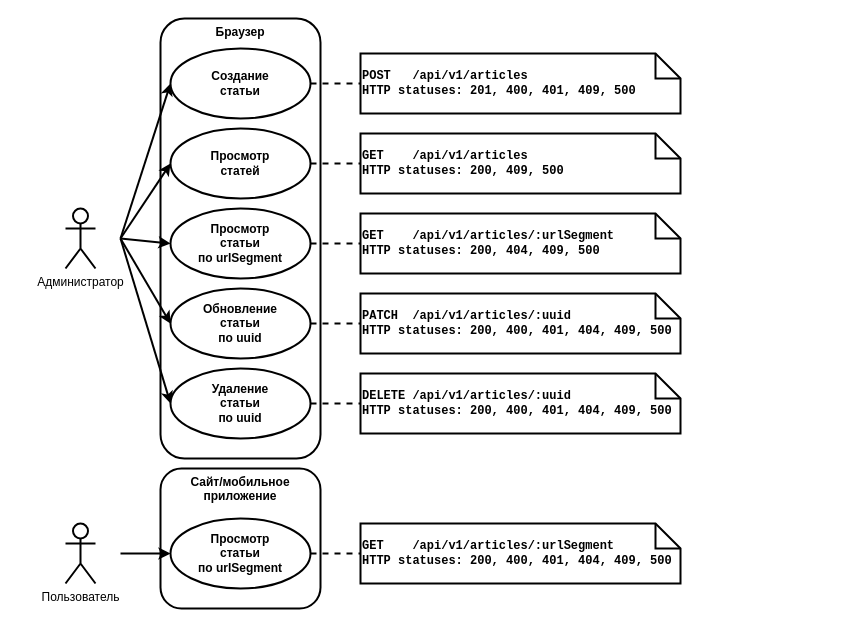
Before: sources/images/UML/UML_precedent_articles.drawio in Pavel-Innokentevich-Galanin/dp_report, a draw.io diagram. Source tidied: cells renumbered, new cells numbered last; positions are measured from the earlier drawing's top-left corner, leaving out a move shared by most shapes. Both pictures are drawn from the tidied source at 100%, with x=0, y=0 at pixel (40, 18).
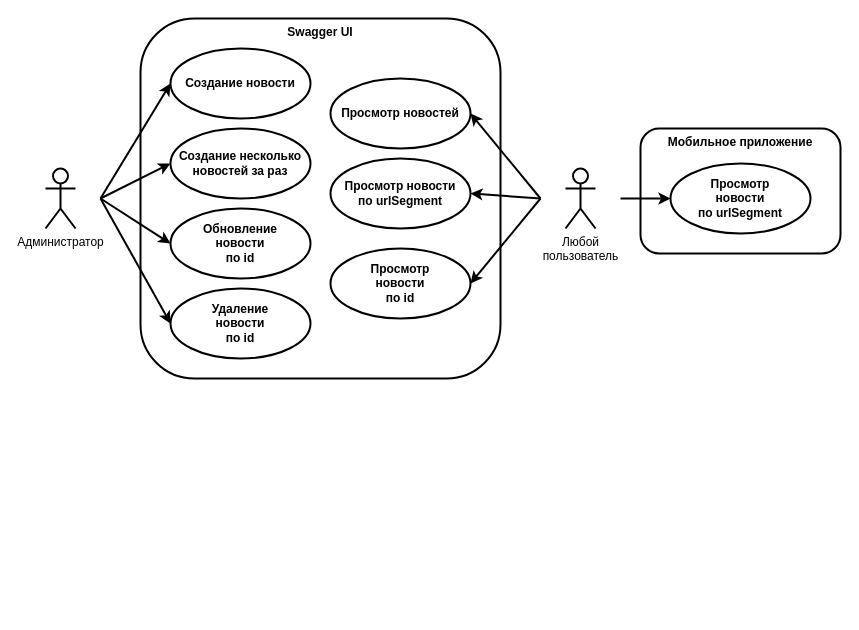
The same page after the edit.

Diff of the diagram source:
```diff
@@
     <mxCell id="2" value="&amp;nbsp;" style="html=1;whiteSpace=wrap;fillColor=none;strokeColor=none;" parent="1" vertex="1">
-      <mxGeometry y="160" width="80" height="120" as="geometry" />
+      <mxGeometry x="-20" y="120" width="80" height="120" as="geometry" />
     </mxCell>
-    <mxCell id="3" value="Браузер" style="html=1;whiteSpace=wrap;rounded=1;strokeWidth=2;fontStyle=1;verticalAlign=top;" parent="1" vertex="1">
-      <mxGeometry x="120" width="160" height="440" as="geometry" />
+    <mxCell id="3" value="Swagger UI" style="html=1;whiteSpace=wrap;rounded=1;strokeWidth=2;fontStyle=1;verticalAlign=top;" parent="1" vertex="1">
+      <mxGeometry x="100" width="360" height="360" as="geometry" />
     </mxCell>
     <mxCell id="4" value="Администратор" style="shape=umlActor;verticalLabelPosition=bottom;verticalAlign=top;html=1;fontStyle=0;strokeWidth=2;" parent="1" vertex="1">
-      <mxGeometry x="25" y="190" width="30" height="60" as="geometry" />
+      <mxGeometry x="5" y="150" width="30" height="60" as="geometry" />
     </mxCell>
-    <mxCell id="5" value="Сайт/мобильное приложение" style="html=1;whiteSpace=wrap;rounded=1;strokeWidth=2;fontStyle=1;verticalAlign=top;" parent="1" vertex="1">
-      <mxGeometry x="120" y="450" width="160" height="140" as="geometry" />
+    <mxCell id="5" value="Мобильное приложение" style="html=1;whiteSpace=wrap;rounded=1;strokeWidth=2;fontStyle=1;verticalAlign=top;" parent="1" vertex="1">
+      <mxGeometry x="600" y="110" width="200" height="125" as="geometry" />
     </mxCell>
-    <mxCell id="6" style="rounded=0;jettySize=auto;html=1;exitX=1;exitY=0.5;exitDx=0;exitDy=0;entryX=0;entryY=0.5;entryDx=0;entryDy=0;entryPerimeter=0;dashed=1;endArrow=none;endFill=0;strokeWidth=2;" parent="1" edge="1" source="7" target="26">
-      <mxGeometry relative="1" as="geometry" />
-    </mxCell>
-    <mxCell id="7" value="Создание&lt;br&gt;статьи" style="ellipse;whiteSpace=wrap;html=1;strokeWidth=2;fontStyle=1;" parent="1" vertex="1">
+    <mxCell id="7" value="Создание новости" style="ellipse;whiteSpace=wrap;html=1;strokeWidth=2;fontStyle=1;" parent="1" vertex="1">
       <mxGeometry x="130" y="30" width="140" height="70" as="geometry" />
     </mxCell>
-    <mxCell id="8" style="rounded=0;jettySize=auto;html=1;exitX=1;exitY=0.5;exitDx=0;exitDy=0;entryX=0;entryY=0.5;entryDx=0;entryDy=0;entryPerimeter=0;dashed=1;endArrow=none;endFill=0;strokeWidth=2;" parent="1" edge="1" source="9" target="27">
-      <mxGeometry relative="1" as="geometry" />
-    </mxCell>
-    <mxCell id="9" value="Просмотр&lt;br&gt;статей" style="ellipse;whiteSpace=wrap;html=1;strokeWidth=2;fontStyle=1;" parent="1" vertex="1">
-      <mxGeometry x="130" y="110" width="140" height="70" as="geometry" />
+    <mxCell id="9" value="Просмотр новостей" style="ellipse;whiteSpace=wrap;html=1;strokeWidth=2;fontStyle=1;" parent="1" vertex="1">
+      <mxGeometry x="290" y="60" width="140" height="70" as="geometry" />
     </mxCell>
-    <mxCell id="10" style="rounded=0;jettySize=auto;html=1;exitX=1;exitY=0.5;exitDx=0;exitDy=0;dashed=1;endArrow=none;endFill=0;strokeWidth=2;" parent="1" edge="1" source="11" target="28">
-      <mxGeometry relative="1" as="geometry" />
-    </mxCell>
-    <mxCell id="11" value="Просмотр&lt;br&gt;статьи&lt;br&gt;по urlSegment" style="ellipse;whiteSpace=wrap;html=1;strokeWidth=2;fontStyle=1;" parent="1" vertex="1">
-      <mxGeometry x="130" y="190" width="140" height="70" as="geometry" />
+    <mxCell id="11" value="Просмотр новости&lt;br&gt;по urlSegment" style="ellipse;whiteSpace=wrap;html=1;strokeWidth=2;fontStyle=1;" parent="1" vertex="1">
+      <mxGeometry x="290" y="140" width="140" height="70" as="geometry" />
     </mxCell>
-    <mxCell id="12" style="rounded=0;jettySize=auto;html=1;exitX=1;exitY=0.5;exitDx=0;exitDy=0;entryX=0;entryY=0.5;entryDx=0;entryDy=0;entryPerimeter=0;dashed=1;endArrow=none;endFill=0;strokeWidth=2;" parent="1" edge="1" source="13" target="31">
-      <mxGeometry relative="1" as="geometry" />
-    </mxCell>
-    <mxCell id="13" value="Просмотр&lt;br style=&quot;border-color: var(--border-color);&quot;&gt;статьи&lt;br style=&quot;border-color: var(--border-color);&quot;&gt;по urlSegment" style="ellipse;whiteSpace=wrap;html=1;strokeWidth=2;fontStyle=1;" parent="1" vertex="1">
-      <mxGeometry x="130" y="500" width="140" height="70" as="geometry" />
+    <mxCell id="13" value="Просмотр&lt;br style=&quot;border-color: var(--border-color);&quot;&gt;новости&lt;br style=&quot;border-color: var(--border-color);&quot;&gt;по urlSegment" style="ellipse;whiteSpace=wrap;html=1;strokeWidth=2;fontStyle=1;" parent="1" vertex="1">
+      <mxGeometry x="630" y="145" width="140" height="70" as="geometry" />
     </mxCell>
-    <mxCell id="14" style="rounded=0;jettySize=auto;html=1;exitX=1;exitY=0.5;exitDx=0;exitDy=0;dashed=1;strokeWidth=2;endArrow=none;endFill=0;" parent="1" edge="1" source="15" target="29">
-      <mxGeometry relative="1" as="geometry" />
-    </mxCell>
-    <mxCell id="15" value="Обновление&lt;br&gt;статьи&lt;br&gt;по uuid" style="ellipse;whiteSpace=wrap;html=1;strokeWidth=2;fontStyle=1;" parent="1" vertex="1">
-      <mxGeometry x="130" y="270" width="140" height="70" as="geometry" />
+    <mxCell id="15" value="Обновление&lt;br&gt;новости&lt;br&gt;по id" style="ellipse;whiteSpace=wrap;html=1;strokeWidth=2;fontStyle=1;" parent="1" vertex="1">
+      <mxGeometry x="130" y="190" width="140" height="70" as="geometry" />
     </mxCell>
-    <mxCell id="16" style="rounded=0;jettySize=auto;html=1;exitX=1;exitY=0.5;exitDx=0;exitDy=0;entryX=0;entryY=0.5;entryDx=0;entryDy=0;entryPerimeter=0;dashed=1;endArrow=none;endFill=0;strokeWidth=2;" parent="1" edge="1" source="17" target="30">
-      <mxGeometry relative="1" as="geometry" />
-    </mxCell>
-    <mxCell id="17" value="Удаление&lt;br&gt;статьи&lt;br&gt;по uuid" style="ellipse;whiteSpace=wrap;html=1;strokeWidth=2;fontStyle=1;" parent="1" vertex="1">
-      <mxGeometry x="130" y="350" width="140" height="70" as="geometry" />
+    <mxCell id="17" value="Удаление&lt;br&gt;новости&lt;br&gt;по id" style="ellipse;whiteSpace=wrap;html=1;strokeWidth=2;fontStyle=1;" parent="1" vertex="1">
+      <mxGeometry x="130" y="270" width="140" height="70" as="geometry" />
     </mxCell>
-    <mxCell id="18" style="rounded=0;jettySize=auto;html=1;exitX=1;exitY=0.5;exitDx=0;exitDy=0;entryX=0;entryY=0.5;entryDx=0;entryDy=0;strokeWidth=2;" parent="1" edge="1" source="19" target="13">
-      <mxGeometry relative="1" as="geometry" />
+    <mxCell id="18" style="rounded=0;jettySize=auto;html=1;exitX=1;exitY=0.5;exitDx=0;exitDy=0;entryX=0;entryY=0.5;entryDx=0;entryDy=0;strokeWidth=2;" parent="1" edge="1" target="13">
+      <mxGeometry relative="1" as="geometry">
+        <mxPoint x="580" y="180" as="sourcePoint" />
+      </mxGeometry>
     </mxCell>
-    <mxCell id="19" value="&amp;nbsp;" style="html=1;whiteSpace=wrap;strokeColor=none;fillColor=none;" parent="1" vertex="1">
-      <mxGeometry y="475" width="80" height="120" as="geometry" />
-    </mxCell>
-    <mxCell id="20" value="Пользователь" style="shape=umlActor;verticalLabelPosition=bottom;verticalAlign=top;html=1;fontStyle=0;strokeWidth=2;" parent="1" vertex="1">
-      <mxGeometry x="25" y="505" width="30" height="60" as="geometry" />
+    <mxCell id="20" value="Любой&lt;br&gt;пользователь" style="shape=umlActor;verticalLabelPosition=bottom;verticalAlign=top;html=1;fontStyle=0;strokeWidth=2;" parent="1" vertex="1">
+      <mxGeometry x="525" y="150" width="30" height="60" as="geometry" />
     </mxCell>
@@
-    <mxCell id="22" style="rounded=0;jettySize=auto;html=1;exitX=1;exitY=0.5;exitDx=0;exitDy=0;entryX=0;entryY=0.5;entryDx=0;entryDy=0;strokeWidth=2;" parent="1" edge="1" source="2" target="9">
-      <mxGeometry relative="1" as="geometry" />
-    </mxCell>
-    <mxCell id="23" style="rounded=0;jettySize=auto;html=1;exitX=1;exitY=0.5;exitDx=0;exitDy=0;entryX=0;entryY=0.5;entryDx=0;entryDy=0;strokeWidth=2;" parent="1" edge="1" source="2" target="11">
-      <mxGeometry relative="1" as="geometry" />
-    </mxCell>
@@
-    <mxCell id="26" value="POST&amp;nbsp; &amp;nbsp;/api/v1/articles&lt;br&gt;HTTP statuses: 201, 400, 401, 409, 500" style="shape=note2;boundedLbl=1;whiteSpace=wrap;html=1;size=25;verticalAlign=middle;align=left;strokeWidth=2;fontStyle=1;fontFamily=Courier New;" parent="1" vertex="1">
-      <mxGeometry x="320" y="35" width="320" height="60" as="geometry" />
-    </mxCell>
-    <mxCell id="27" value="GET&amp;nbsp; &amp;nbsp; /api/v1/articles&lt;br&gt;HTTP statuses: 200, 409, 500" style="shape=note2;boundedLbl=1;whiteSpace=wrap;html=1;size=25;verticalAlign=middle;align=left;strokeWidth=2;fontStyle=1;fontFamily=Courier New;" parent="1" vertex="1">
-      <mxGeometry x="320" y="115" width="320" height="60" as="geometry" />
-    </mxCell>
-    <mxCell id="28" value="GET&amp;nbsp; &amp;nbsp; /api/v1/articles/:urlSegment&lt;br&gt;HTTP statuses: 200, 404, 409, 500" style="shape=note2;boundedLbl=1;whiteSpace=wrap;html=1;size=25;verticalAlign=middle;align=left;strokeWidth=2;fontStyle=1;fontFamily=Courier New;" parent="1" vertex="1">
-      <mxGeometry x="320" y="195" width="320" height="60" as="geometry" />
-    </mxCell>
-    <mxCell id="29" value="PATCH&amp;nbsp; /api/v1/articles/:uuid&lt;br&gt;HTTP statuses: 200, 400, 401, 404, 409, 500" style="shape=note2;boundedLbl=1;whiteSpace=wrap;html=1;size=25;verticalAlign=middle;align=left;strokeWidth=2;fontStyle=1;fontFamily=Courier New;" parent="1" vertex="1">
-      <mxGeometry x="320" y="275" width="320" height="60" as="geometry" />
-    </mxCell>
-    <mxCell id="30" value="DELETE /api/v1/articles/:uuid&lt;br&gt;HTTP statuses: 200, 400, 401, 404, 409, 500" style="shape=note2;boundedLbl=1;whiteSpace=wrap;html=1;size=25;verticalAlign=middle;align=left;strokeWidth=2;fontStyle=1;fontFamily=Courier New;" parent="1" vertex="1">
-      <mxGeometry x="320" y="355" width="320" height="60" as="geometry" />
-    </mxCell>
-    <mxCell id="31" value="GET&amp;nbsp; &amp;nbsp; /api/v1/articles/:urlSegment&lt;br&gt;HTTP statuses: 200, 400, 401, 404, 409, 500" style="shape=note2;boundedLbl=1;whiteSpace=wrap;html=1;size=25;verticalAlign=middle;align=left;strokeWidth=2;fontStyle=1;fontFamily=Courier New;" parent="1" vertex="1">
-      <mxGeometry x="320" y="505" width="320" height="60" as="geometry" />
-    </mxCell>
+    <mxCell id="32" value="Просмотр&lt;br&gt;новости&lt;br&gt;по id" style="ellipse;whiteSpace=wrap;html=1;strokeWidth=2;fontStyle=1;" parent="1" vertex="1">
+      <mxGeometry x="290" y="230" width="140" height="70" as="geometry" />
+    </mxCell>
+    <mxCell id="33" value="Создание несколько новостей за раз" style="ellipse;whiteSpace=wrap;html=1;strokeWidth=2;fontStyle=1;" parent="1" vertex="1">
+      <mxGeometry x="130" y="110" width="140" height="70" as="geometry" />
+    </mxCell>
+    <mxCell id="34" style="rounded=0;jettySize=auto;html=1;exitX=1;exitY=0.5;exitDx=0;exitDy=0;entryX=0;entryY=0.5;entryDx=0;entryDy=0;strokeWidth=2;" parent="1" edge="1" source="2" target="33">
+      <mxGeometry relative="1" as="geometry" />
+    </mxCell>
+    <mxCell id="35" style="rounded=0;jettySize=auto;html=1;exitX=0;exitY=0.5;exitDx=0;exitDy=0;entryX=1;entryY=0.5;entryDx=0;entryDy=0;strokeWidth=2;" parent="1" edge="1" source="38" target="9">
+      <mxGeometry relative="1" as="geometry" />
+    </mxCell>
+    <mxCell id="36" style="rounded=0;jettySize=auto;html=1;exitX=0;exitY=0.5;exitDx=0;exitDy=0;entryX=1;entryY=0.5;entryDx=0;entryDy=0;strokeWidth=2;" parent="1" edge="1" source="38" target="11">
+      <mxGeometry relative="1" as="geometry" />
+    </mxCell>
+    <mxCell id="37" style="rounded=0;jettySize=auto;html=1;exitX=0;exitY=0.5;exitDx=0;exitDy=0;entryX=1;entryY=0.5;entryDx=0;entryDy=0;strokeWidth=2;" parent="1" edge="1" source="38" target="32">
+      <mxGeometry relative="1" as="geometry" />
+    </mxCell>
+    <mxCell id="38" value="&amp;nbsp;" style="html=1;whiteSpace=wrap;fillColor=none;strokeColor=none;" parent="1" vertex="1">
+      <mxGeometry x="500" y="120" width="80" height="120" as="geometry" />
+    </mxCell>
```
